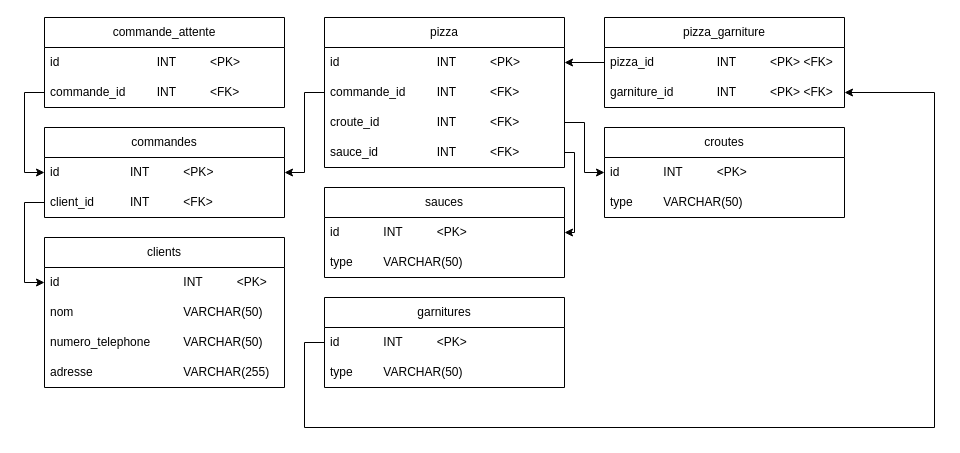
The draw.io diagram DiagrammeProjetLong.drawio in victo2350916/ProgetLong, before the edit. Source tidied: cells renumbered, new cells numbered last; positions are measured from the earlier drawing's top-left corner, leaving out a move shared by most shapes. Both pictures are drawn from the tidied source at 100%, with x=0, y=0 at pixel (44, 17).
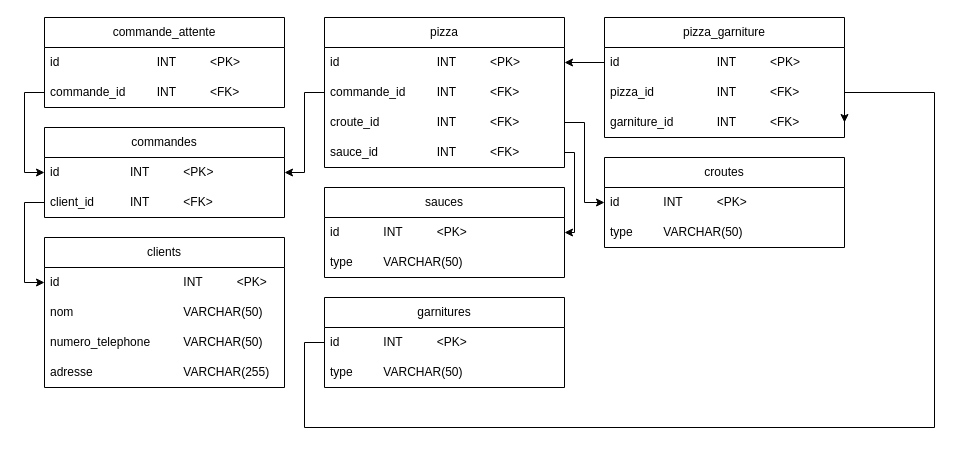
Above is the later version.

Change to the diagram source:
```diff
@@
     <mxCell id="19" value="croutes" style="swimlane;fontStyle=0;horizontal=1;startSize=30;whiteSpace=wrap;html=1;" parent="1" vertex="1">
-      <mxGeometry x="560" y="110" width="240" height="90" as="geometry" />
+      <mxGeometry x="560" y="140" width="240" height="90" as="geometry" />
     </mxCell>
@@
     <mxCell id="28" value="pizza_garniture" style="swimlane;fontStyle=0;horizontal=1;startSize=30;whiteSpace=wrap;html=1;" parent="1" vertex="1">
-      <mxGeometry x="560" width="240" height="90" as="geometry" />
+      <mxGeometry x="560" width="240" height="120" as="geometry" />
     </mxCell>
-    <mxCell id="29" value="pizza_id&lt;span style=&quot;white-space: pre;&quot;&gt;&#9;&lt;/span&gt;&lt;span style=&quot;white-space: pre;&quot;&gt;&#9;&lt;/span&gt;&lt;span style=&quot;white-space: pre;&quot;&gt;&#9;&lt;/span&gt;INT&lt;span style=&quot;white-space: pre;&quot;&gt;&#9;&lt;/span&gt;&lt;span style=&quot;white-space: pre;&quot;&gt;&#9;&lt;/span&gt;&amp;lt;PK&amp;gt; &amp;lt;FK&amp;gt;" style="text;strokeColor=none;fillColor=none;align=left;verticalAlign=middle;spacingLeft=4;spacingRight=4;overflow=hidden;points=[[0,0.5],[1,0.5]];portConstraint=eastwest;whiteSpace=wrap;html=1;" parent="28" vertex="1">
+    <mxCell id="29" value="id&lt;span style=&quot;white-space: pre;&quot;&gt;&#9;&lt;/span&gt;&lt;span style=&quot;white-space: pre;&quot;&gt;&#9;&lt;/span&gt;&lt;span style=&quot;white-space: pre;&quot;&gt;&#9;&lt;/span&gt;&lt;span style=&quot;white-space: pre;&quot;&gt;&#9;&lt;/span&gt;INT&lt;span style=&quot;white-space: pre;&quot;&gt;&#9;&lt;/span&gt;&lt;span style=&quot;white-space: pre;&quot;&gt;&#9;&lt;/span&gt;&amp;lt;PK&amp;gt;" style="text;strokeColor=none;fillColor=none;align=left;verticalAlign=middle;spacingLeft=4;spacingRight=4;overflow=hidden;points=[[0,0.5],[1,0.5]];portConstraint=eastwest;whiteSpace=wrap;html=1;" parent="28" vertex="1">
       <mxGeometry y="30" width="240" height="30" as="geometry" />
     </mxCell>
+    <mxCell id="37" value="pizza_id&lt;span style=&quot;white-space: pre;&quot;&gt;&#9;&lt;/span&gt;&lt;span style=&quot;white-space: pre;&quot;&gt;&#9;&lt;/span&gt;&lt;span style=&quot;white-space: pre;&quot;&gt;&#9;&lt;/span&gt;INT&lt;span style=&quot;white-space: pre;&quot;&gt;&#9;&lt;/span&gt;&lt;span style=&quot;white-space: pre;&quot;&gt;&#9;&lt;/span&gt;&amp;lt;FK&amp;gt;" style="text;strokeColor=none;fillColor=none;align=left;verticalAlign=middle;spacingLeft=4;spacingRight=4;overflow=hidden;whiteSpace=wrap;html=1;" parent="28" vertex="1">
+      <mxGeometry y="60" width="240" height="30" as="geometry" />
+    </mxCell>
-    <mxCell id="30" value="garniture_id&lt;span style=&quot;white-space: pre;&quot;&gt;&#9;&lt;/span&gt;&lt;span style=&quot;white-space: pre;&quot;&gt;&#9;&lt;/span&gt;INT&lt;span style=&quot;white-space: pre;&quot;&gt;&#9;&lt;/span&gt;&lt;span style=&quot;white-space: pre;&quot;&gt;&#9;&lt;/span&gt;&amp;lt;PK&amp;gt; &amp;lt;FK&amp;gt;" style="text;strokeColor=none;fillColor=none;align=left;verticalAlign=middle;spacingLeft=4;spacingRight=4;overflow=hidden;points=[[0,0.5],[1,0.5]];portConstraint=eastwest;whiteSpace=wrap;html=1;" parent="28" vertex="1">
-      <mxGeometry y="60" width="240" height="30" as="geometry" />
+    <mxCell id="30" value="garniture_id&lt;span style=&quot;white-space: pre;&quot;&gt;&#9;&lt;/span&gt;&lt;span style=&quot;white-space: pre;&quot;&gt;&#9;&lt;/span&gt;INT&lt;span style=&quot;white-space: pre;&quot;&gt;&#9;&lt;/span&gt;&lt;span style=&quot;white-space: pre;&quot;&gt;&#9;&lt;/span&gt;&amp;lt;FK&amp;gt;" style="text;strokeColor=none;fillColor=none;align=left;verticalAlign=middle;spacingLeft=4;spacingRight=4;overflow=hidden;points=[[0,0.5],[1,0.5]];portConstraint=eastwest;whiteSpace=wrap;html=1;" parent="28" vertex="1">
+      <mxGeometry y="90" width="240" height="30" as="geometry" />
     </mxCell>
```
